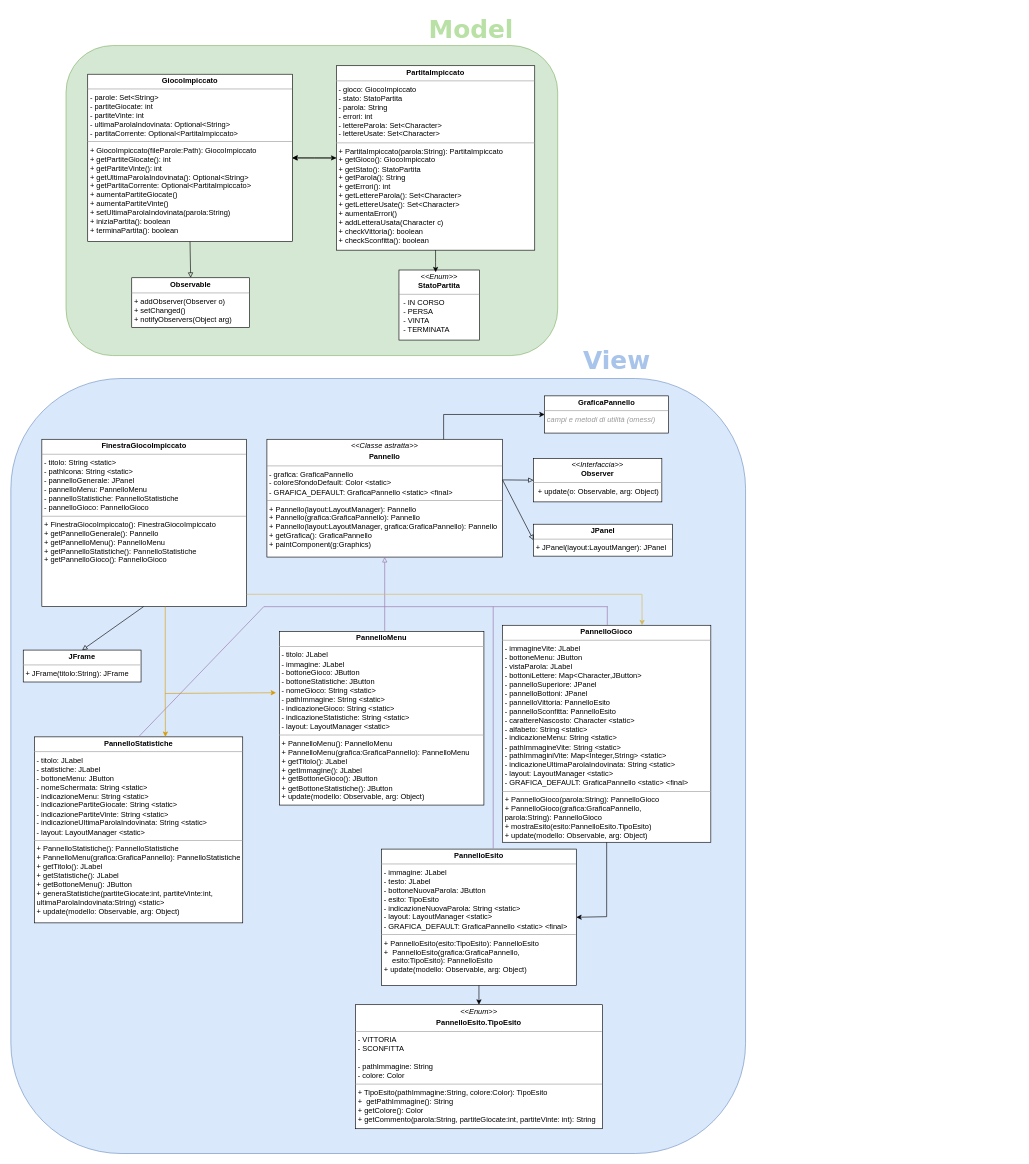
Earlier version of the draw.io diagram UML-GiocoImpiccato.drawio (sapienza-metodologie-di-programmazione/gioco-impiccato). Source tidied: cells renumbered, new cells numbered last; positions are measured from the earlier drawing's top-left corner, leaving out a move shared by most shapes. Both pictures are drawn from the tidied source at 62%, with x=0, y=0 at pixel (11, 11).
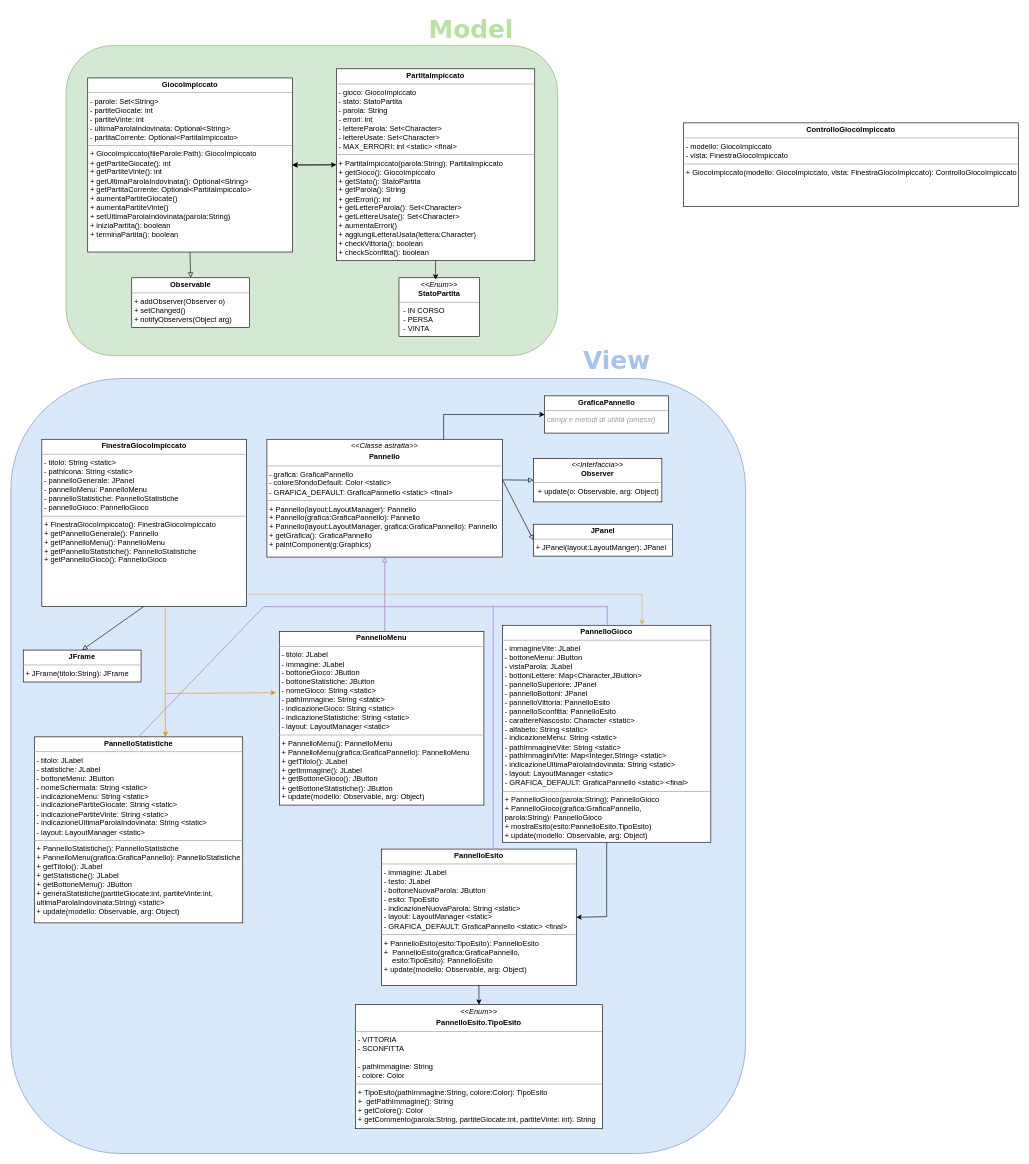
The same diagram, later.

Change to the diagram source:
```diff
@@
-    <mxCell id="4" value="&lt;p style=&quot;margin:0px;margin-top:4px;text-align:center;&quot;&gt;&lt;i&gt;&amp;lt;&amp;lt;Enum&amp;gt;&amp;gt;&lt;/i&gt;&lt;br&gt;&lt;b&gt;StatoPartita&lt;/b&gt;&lt;/p&gt;&lt;hr size=&quot;1&quot;&gt;&lt;p style=&quot;margin:0px;margin-left:4px;&quot;&gt;&amp;nbsp;- IN CORSO&lt;/p&gt;&lt;p style=&quot;margin:0px;margin-left:4px;&quot;&gt;&amp;nbsp;- PERSA&lt;/p&gt;&lt;p style=&quot;margin:0px;margin-left:4px;&quot;&gt;&amp;nbsp;- VINTA&lt;/p&gt;&lt;p style=&quot;margin:0px;margin-left:4px;&quot;&gt;&amp;nbsp;- TERMINATA&lt;/p&gt;" style="verticalAlign=top;align=left;overflow=fill;fontSize=12;fontFamily=Helvetica;html=1;rounded=0;shadow=0;comic=0;labelBackgroundColor=none;strokeWidth=1;" parent="1" vertex="1">
-      <mxGeometry x="626" y="418" width="130" height="113" as="geometry" />
+    <mxCell id="4" value="&lt;p style=&quot;margin:0px;margin-top:4px;text-align:center;&quot;&gt;&lt;i&gt;&amp;lt;&amp;lt;Enum&amp;gt;&amp;gt;&lt;/i&gt;&lt;br&gt;&lt;b&gt;StatoPartita&lt;/b&gt;&lt;/p&gt;&lt;hr size=&quot;1&quot;&gt;&lt;p style=&quot;margin:0px;margin-left:4px;&quot;&gt;&amp;nbsp;- IN CORSO&lt;/p&gt;&lt;p style=&quot;margin:0px;margin-left:4px;&quot;&gt;&amp;nbsp;- PERSA&lt;/p&gt;&lt;p style=&quot;margin:0px;margin-left:4px;&quot;&gt;&amp;nbsp;- VINTA&lt;/p&gt;" style="verticalAlign=top;align=left;overflow=fill;fontSize=12;fontFamily=Helvetica;html=1;rounded=0;shadow=0;comic=0;labelBackgroundColor=none;strokeWidth=1;" parent="1" vertex="1">
+      <mxGeometry x="626" y="430.5" width="130" height="95" as="geometry" />
     </mxCell>
@@
-    <mxCell id="6" value="&lt;p style=&quot;margin:0px;margin-top:4px;text-align:center;&quot;&gt;&lt;b&gt;PartitaImpiccato&lt;/b&gt;&lt;/p&gt;&lt;hr size=&quot;1&quot;&gt;&lt;p style=&quot;margin:0px;margin-left:4px;&quot;&gt;- gioco: GiocoImpiccato&lt;/p&gt;&lt;p style=&quot;margin:0px;margin-left:4px;&quot;&gt;- stato: StatoPartita&lt;br&gt;- parola: String&lt;/p&gt;&lt;p style=&quot;margin:0px;margin-left:4px;&quot;&gt;- errori: int&lt;br&gt;&lt;/p&gt;&lt;p style=&quot;margin:0px;margin-left:4px;&quot;&gt;- lettereParola: Set&amp;lt;Character&amp;gt;&lt;/p&gt;&lt;p style=&quot;margin:0px;margin-left:4px;&quot;&gt;- lettereUsate: Set&amp;lt;Character&amp;gt;&lt;/p&gt;&lt;hr size=&quot;1&quot;&gt;&lt;p style=&quot;margin:0px;margin-left:4px;&quot;&gt;+ PartitaImpiccato(parola:String): PartitaImpiccato&lt;/p&gt;&lt;p style=&quot;margin:0px;margin-left:4px;&quot;&gt;+ getGioco(): GiocoImpiccato&lt;/p&gt;&lt;p style=&quot;margin:0px;margin-left:4px;&quot;&gt;+ getStato(): StatoPartita&lt;br&gt;+ getParola(): String&lt;/p&gt;&lt;p style=&quot;margin:0px;margin-left:4px;&quot;&gt;+ getErrori(): int&lt;/p&gt;&lt;p style=&quot;margin:0px;margin-left:4px;&quot;&gt;+ getLettereParola(): Set&amp;lt;Character&amp;gt;&lt;/p&gt;&lt;p style=&quot;margin:0px;margin-left:4px;&quot;&gt;+ getLettereUsate(): Set&amp;lt;Character&amp;gt;&lt;/p&gt;&lt;p style=&quot;margin:0px;margin-left:4px;&quot;&gt;+ aumentaErrori()&lt;/p&gt;&lt;p style=&quot;margin:0px;margin-left:4px;&quot;&gt;+ addLetteraUsata(Character c)&lt;/p&gt;&lt;p style=&quot;margin:0px;margin-left:4px;&quot;&gt;+ checkVittoria(): boolean&lt;/p&gt;&lt;p style=&quot;margin:0px;margin-left:4px;&quot;&gt;+ checkSconfitta(): boolean&lt;/p&gt;" style="verticalAlign=top;align=left;overflow=fill;fontSize=12;fontFamily=Helvetica;html=1;rounded=0;shadow=0;comic=0;labelBackgroundColor=none;strokeWidth=1;" parent="1" vertex="1">
-      <mxGeometry x="525" y="88.5" width="320" height="297.5" as="geometry" />
+    <mxCell id="6" value="&lt;p style=&quot;margin:0px;margin-top:4px;text-align:center;&quot;&gt;&lt;b&gt;PartitaImpiccato&lt;/b&gt;&lt;/p&gt;&lt;hr size=&quot;1&quot;&gt;&lt;p style=&quot;margin:0px;margin-left:4px;&quot;&gt;- gioco: GiocoImpiccato&lt;/p&gt;&lt;p style=&quot;margin:0px;margin-left:4px;&quot;&gt;- stato: StatoPartita&lt;br&gt;- parola: String&lt;/p&gt;&lt;p style=&quot;margin:0px;margin-left:4px;&quot;&gt;- errori: int&lt;br&gt;&lt;/p&gt;&lt;p style=&quot;margin:0px;margin-left:4px;&quot;&gt;- lettereParola: Set&amp;lt;Character&amp;gt;&lt;/p&gt;&lt;p style=&quot;margin:0px;margin-left:4px;&quot;&gt;- lettereUsate: Set&amp;lt;Character&amp;gt;&lt;/p&gt;&lt;p style=&quot;margin:0px;margin-left:4px;&quot;&gt;- MAX_ERRORI: int &amp;lt;static&amp;gt; &amp;lt;final&amp;gt;&lt;/p&gt;&lt;hr size=&quot;1&quot;&gt;&lt;p style=&quot;margin:0px;margin-left:4px;&quot;&gt;+ PartitaImpiccato(parola:String): PartitaImpiccato&lt;/p&gt;&lt;p style=&quot;margin:0px;margin-left:4px;&quot;&gt;+ getGioco(): GiocoImpiccato&lt;/p&gt;&lt;p style=&quot;margin:0px;margin-left:4px;&quot;&gt;+ getStato(): StatoPartita&lt;br&gt;+ getParola(): String&lt;/p&gt;&lt;p style=&quot;margin:0px;margin-left:4px;&quot;&gt;+ getErrori(): int&lt;/p&gt;&lt;p style=&quot;margin:0px;margin-left:4px;&quot;&gt;+ getLettereParola(): Set&amp;lt;Character&amp;gt;&lt;/p&gt;&lt;p style=&quot;margin:0px;margin-left:4px;&quot;&gt;+ getLettereUsate(): Set&amp;lt;Character&amp;gt;&lt;/p&gt;&lt;p style=&quot;margin:0px;margin-left:4px;&quot;&gt;+ aumentaErrori()&lt;/p&gt;&lt;p style=&quot;margin:0px;margin-left:4px;&quot;&gt;+ aggiungiLetteraUsata(lettera:&lt;span style=&quot;background-color: initial;&quot;&gt;Character&lt;/span&gt;&lt;span style=&quot;background-color: initial;&quot;&gt;)&lt;/span&gt;&lt;/p&gt;&lt;p style=&quot;margin:0px;margin-left:4px;&quot;&gt;+ checkVittoria(): boolean&lt;/p&gt;&lt;p style=&quot;margin:0px;margin-left:4px;&quot;&gt;+ checkSconfitta(): boolean&lt;/p&gt;" style="verticalAlign=top;align=left;overflow=fill;fontSize=12;fontFamily=Helvetica;html=1;rounded=0;shadow=0;comic=0;labelBackgroundColor=none;strokeWidth=1;" parent="1" vertex="1">
+      <mxGeometry x="525" y="93.5" width="320" height="309.5" as="geometry" />
     </mxCell>
@@
     <mxCell id="8" value="&lt;p style=&quot;margin:0px;margin-top:4px;text-align:center;&quot;&gt;&lt;b style=&quot;background-color: initial;&quot;&gt;GiocoImpiccato&lt;/b&gt;&lt;br&gt;&lt;/p&gt;&lt;hr size=&quot;1&quot;&gt;&lt;p style=&quot;margin:0px;margin-left:4px;&quot;&gt;- parole: Set&amp;lt;String&amp;gt;&lt;/p&gt;&lt;p style=&quot;margin:0px;margin-left:4px;&quot;&gt;- partiteGiocate: int&lt;/p&gt;&lt;p style=&quot;margin:0px;margin-left:4px;&quot;&gt;- partiteVinte: int&lt;/p&gt;&lt;p style=&quot;margin:0px;margin-left:4px;&quot;&gt;- ultimaParolaIndovinata: Optional&amp;lt;String&amp;gt;&lt;/p&gt;&lt;p style=&quot;margin:0px;margin-left:4px;&quot;&gt;- partitaCorrente: Optional&amp;lt;PartitaImpiccato&amp;gt;&lt;/p&gt;&lt;hr size=&quot;1&quot;&gt;&lt;p style=&quot;margin:0px;margin-left:4px;&quot;&gt;+ GiocoImpiccato(fileParole:Path): GiocoImpiccato&lt;br&gt;+ getPartiteGiocate(): int&lt;/p&gt;&lt;p style=&quot;margin:0px;margin-left:4px;&quot;&gt;+ getPartiteVinte(): int&lt;br&gt;&lt;/p&gt;&lt;p style=&quot;margin:0px;margin-left:4px;&quot;&gt;+ getUltimaParolaIndovinata(): Optional&amp;lt;String&amp;gt;&lt;/p&gt;&lt;p style=&quot;margin:0px;margin-left:4px;&quot;&gt;+ getPartitaCorrente: Optional&amp;lt;PartitaImpiccato&amp;gt;&lt;/p&gt;&lt;p style=&quot;margin:0px;margin-left:4px;&quot;&gt;+ aumentaPartiteGiocate()&lt;/p&gt;&lt;p style=&quot;margin:0px;margin-left:4px;&quot;&gt;+ aumentaPartiteVinte()&lt;/p&gt;&lt;p style=&quot;margin:0px;margin-left:4px;&quot;&gt;+ setUltimaParolaIndovinata(parola:String)&lt;/p&gt;&lt;p style=&quot;margin:0px;margin-left:4px;&quot;&gt;+ iniziaPartita(): boolean&lt;/p&gt;&lt;p style=&quot;margin:0px;margin-left:4px;&quot;&gt;+ terminaPartita(): boolean&lt;/p&gt;" style="verticalAlign=top;align=left;overflow=fill;fontSize=12;fontFamily=Helvetica;html=1;rounded=0;shadow=0;comic=0;labelBackgroundColor=none;strokeWidth=1;" parent="1" vertex="1">
-      <mxGeometry x="124" y="102.2" width="330" height="270" as="geometry" />
+      <mxGeometry x="124" y="108.2" width="330" height="280.8" as="geometry" />
     </mxCell>
@@
+    <mxCell id="39" value="&lt;p style=&quot;margin:0px;margin-top:4px;text-align:center;&quot;&gt;&lt;b style=&quot;background-color: initial;&quot;&gt;ControlloGiocoImpiccato&lt;/b&gt;&lt;br&gt;&lt;/p&gt;&lt;hr size=&quot;1&quot;&gt;&lt;p style=&quot;margin:0px;margin-left:4px;&quot;&gt;- modello: GiocoImpiccato&lt;/p&gt;&lt;p style=&quot;margin:0px;margin-left:4px;&quot;&gt;- vista: FinestraGiocoImpiccato&lt;/p&gt;&lt;hr size=&quot;1&quot;&gt;&lt;p style=&quot;margin:0px;margin-left:4px;&quot;&gt;+ GiocoImpiccato(&lt;span style=&quot;background-color: initial;&quot;&gt;modello: GiocoImpiccato,&amp;nbsp;&lt;/span&gt;&lt;span style=&quot;background-color: initial;&quot;&gt;vista: FinestraGiocoImpiccato&lt;/span&gt;&lt;span style=&quot;background-color: initial;&quot;&gt;): ControlloGiocoImpiccato&lt;/span&gt;&lt;/p&gt;&lt;p style=&quot;margin:0px;margin-left:4px;&quot;&gt;&lt;br&gt;&lt;/p&gt;" style="verticalAlign=top;align=left;overflow=fill;fontSize=12;fontFamily=Helvetica;html=1;rounded=0;shadow=0;comic=0;labelBackgroundColor=none;strokeWidth=1;" parent="1" vertex="1">
+      <mxGeometry x="1085" y="180.7" width="540" height="135.1" as="geometry" />
+    </mxCell>
```
